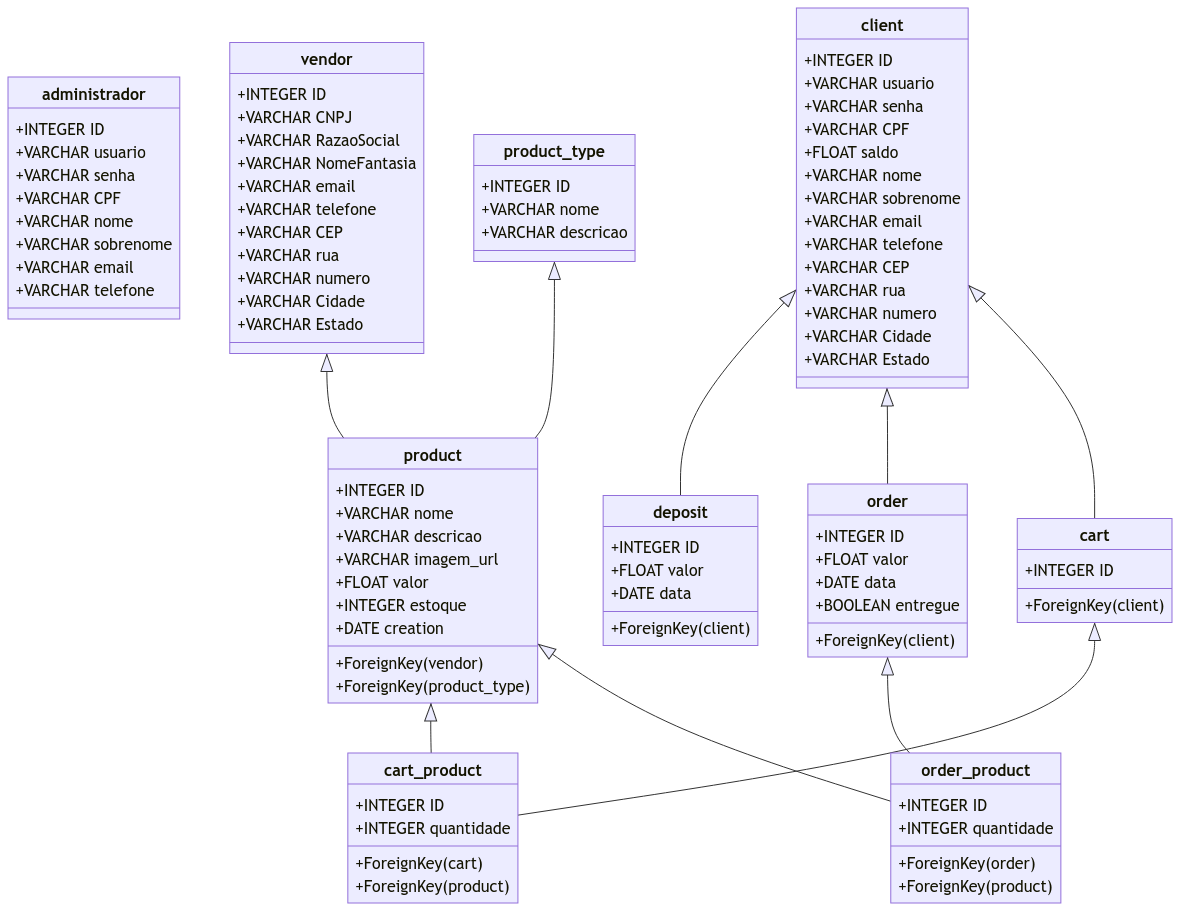
The Mermaid diagram Diagram/Database.png in WhitePoodleMoth/TrendStyle, before a commit. Its source is kept beside it as Diagram/Database.mermaid.
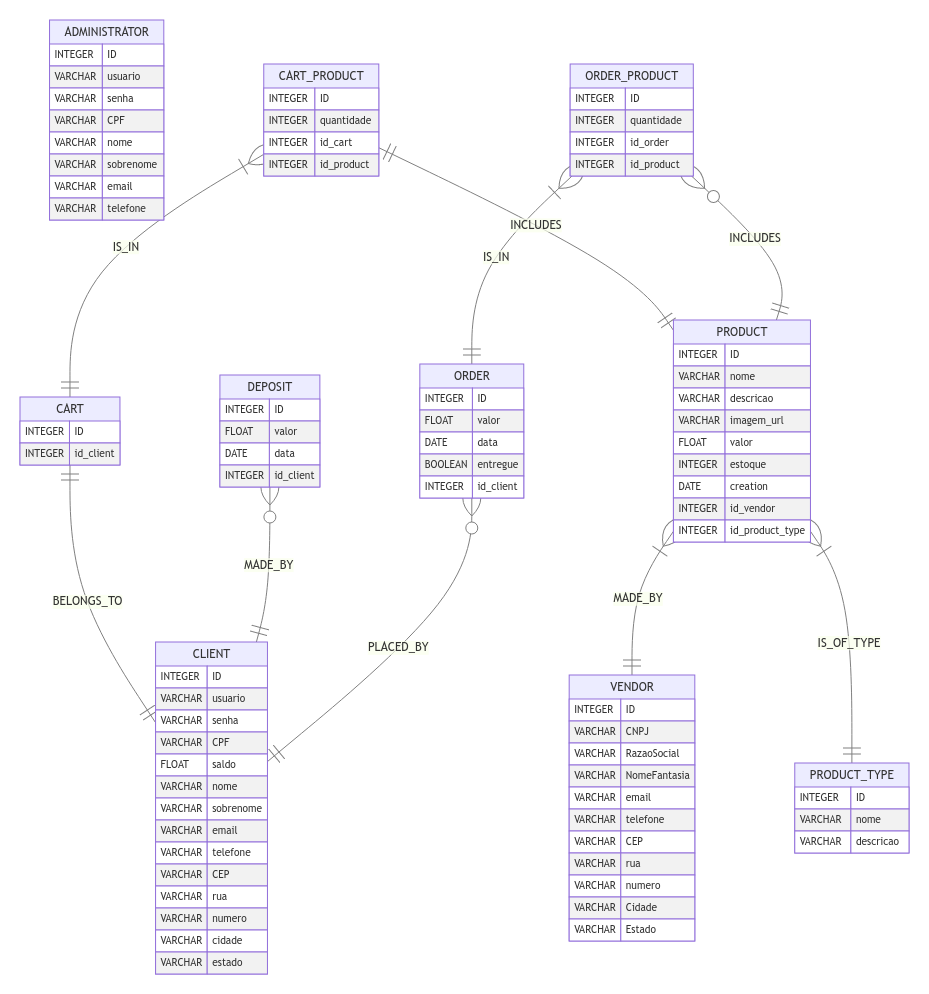
After the change.

Diff of the diagram source:
```diff
@@ -1,107 +1,95 @@
-classDiagram
-    class administrador{
-        +INTEGER ID
-        +VARCHAR usuario
-        +VARCHAR senha
-        +VARCHAR CPF
-        +VARCHAR nome
-        +VARCHAR sobrenome
-        +VARCHAR email
-        +VARCHAR telefone
+erDiagram
+    ADMINISTRATOR {
+        INTEGER ID
+        VARCHAR usuario
+        VARCHAR senha
+        VARCHAR CPF
+        VARCHAR nome
+        VARCHAR sobrenome
+        VARCHAR email
+        VARCHAR telefone
+    }
+    VENDOR {
+        INTEGER ID
+        VARCHAR CNPJ
+        VARCHAR RazaoSocial
+        VARCHAR NomeFantasia
+        VARCHAR email
+        VARCHAR telefone
+        VARCHAR CEP
+        VARCHAR rua
+        VARCHAR numero
+        VARCHAR Cidade
+        VARCHAR Estado
+    }
+    CLIENT {
+        INTEGER ID
+        VARCHAR usuario
+        VARCHAR senha
+        VARCHAR CPF
+        FLOAT saldo
+        VARCHAR nome
+        VARCHAR sobrenome
+        VARCHAR email
+        VARCHAR telefone
+        VARCHAR CEP
+        VARCHAR rua
+        VARCHAR numero
+        VARCHAR cidade
+        VARCHAR estado
+    }
+    PRODUCT_TYPE {
+        INTEGER ID
+        VARCHAR nome
+        VARCHAR descricao
+    }
+    PRODUCT {
+        INTEGER ID
+        VARCHAR nome
+        VARCHAR descricao
+        VARCHAR imagem_url
+        FLOAT valor
+        INTEGER estoque
+        DATE creation
+        INTEGER id_vendor
+        INTEGER id_product_type
+    }
+    CART {
+        INTEGER ID
+        INTEGER id_client
+    }
+    CART_PRODUCT {
+        INTEGER ID
+        INTEGER quantidade
+        INTEGER id_cart
+        INTEGER id_product
+    }
+    DEPOSIT {
+        INTEGER ID
+        FLOAT valor
+        DATE data
+        INTEGER id_client
+    }
+    ORDER {
+        INTEGER ID
+        FLOAT valor
+        DATE data
+        BOOLEAN entregue
+        INTEGER id_client
+    }
+    ORDER_PRODUCT {
+        INTEGER ID
+        INTEGER quantidade
+        INTEGER id_order
+        INTEGER id_product
     }
 
-    class vendor{
-        +INTEGER ID
-        +VARCHAR CNPJ
-        +VARCHAR RazaoSocial
-        +VARCHAR NomeFantasia
-        +VARCHAR email
-        +VARCHAR telefone
-        +VARCHAR CEP
-        +VARCHAR rua
-        +VARCHAR numero
-        +VARCHAR Cidade
-        +VARCHAR Estado
-    }
-
-    class client{
-        +INTEGER ID
-        +VARCHAR usuario
-        +VARCHAR senha
-        +VARCHAR CPF
-        +FLOAT saldo
-        +VARCHAR nome
-        +VARCHAR sobrenome
-        +VARCHAR email
-        +VARCHAR telefone
-        +VARCHAR CEP
-        +VARCHAR rua
-        +VARCHAR numero
-        +VARCHAR Cidade
-        +VARCHAR Estado
-    }
-
-    class product_type{
-        +INTEGER ID
-        +VARCHAR nome
-        +VARCHAR descricao
-    }
-
-    class product{
-        +INTEGER ID
-        +VARCHAR nome
-        +VARCHAR descricao
-        +VARCHAR imagem_url
-        +FLOAT valor
-        +INTEGER estoque
-        +DATE creation
-        +ForeignKey (vendor)
-        +ForeignKey (product_type)
-    }
-
-    class cart{
-        +INTEGER ID
-        +ForeignKey (client)
-    }
-
-    class cart_product{
-        +INTEGER ID
-        +ForeignKey (cart)
-        +ForeignKey (product)
-        +INTEGER quantidade
-    }
-
-    class deposit{
-        +INTEGER ID
-        +ForeignKey (client)
-        +FLOAT valor
-        +DATE data
-    }
-
-    class order{
-        +INTEGER ID
-        +ForeignKey (client)
-        +FLOAT valor
-        +DATE data
-        +BOOLEAN entregue
-    }
-
-    class order_product{
-        +INTEGER ID
-        +ForeignKey (order)
-        +ForeignKey (product)
-        +INTEGER quantidade
-    }
-
-    client <|-- deposit
-    client <|-- order
-    client <|-- cart
-
-    vendor <|-- product
-
-    product  <|-- cart_product
-    product_type <|-- product
-    cart <|-- cart_product
-
-    order <|-- order_product
-    product <|-- order_product
+    PRODUCT }|--|| VENDOR : MADE_BY
+    PRODUCT }|--|| PRODUCT_TYPE : IS_OF_TYPE
+    CART ||--|| CLIENT : BELONGS_TO
+    CART_PRODUCT }|--|| CART : IS_IN
+    CART_PRODUCT ||--|| PRODUCT : INCLUDES
+    DEPOSIT }o--|| CLIENT : MADE_BY
+    ORDER }o--|| CLIENT : PLACED_BY
+    ORDER_PRODUCT }|--|| ORDER : IS_IN
+    ORDER_PRODUCT }o--|| PRODUCT : INCLUDES
```
